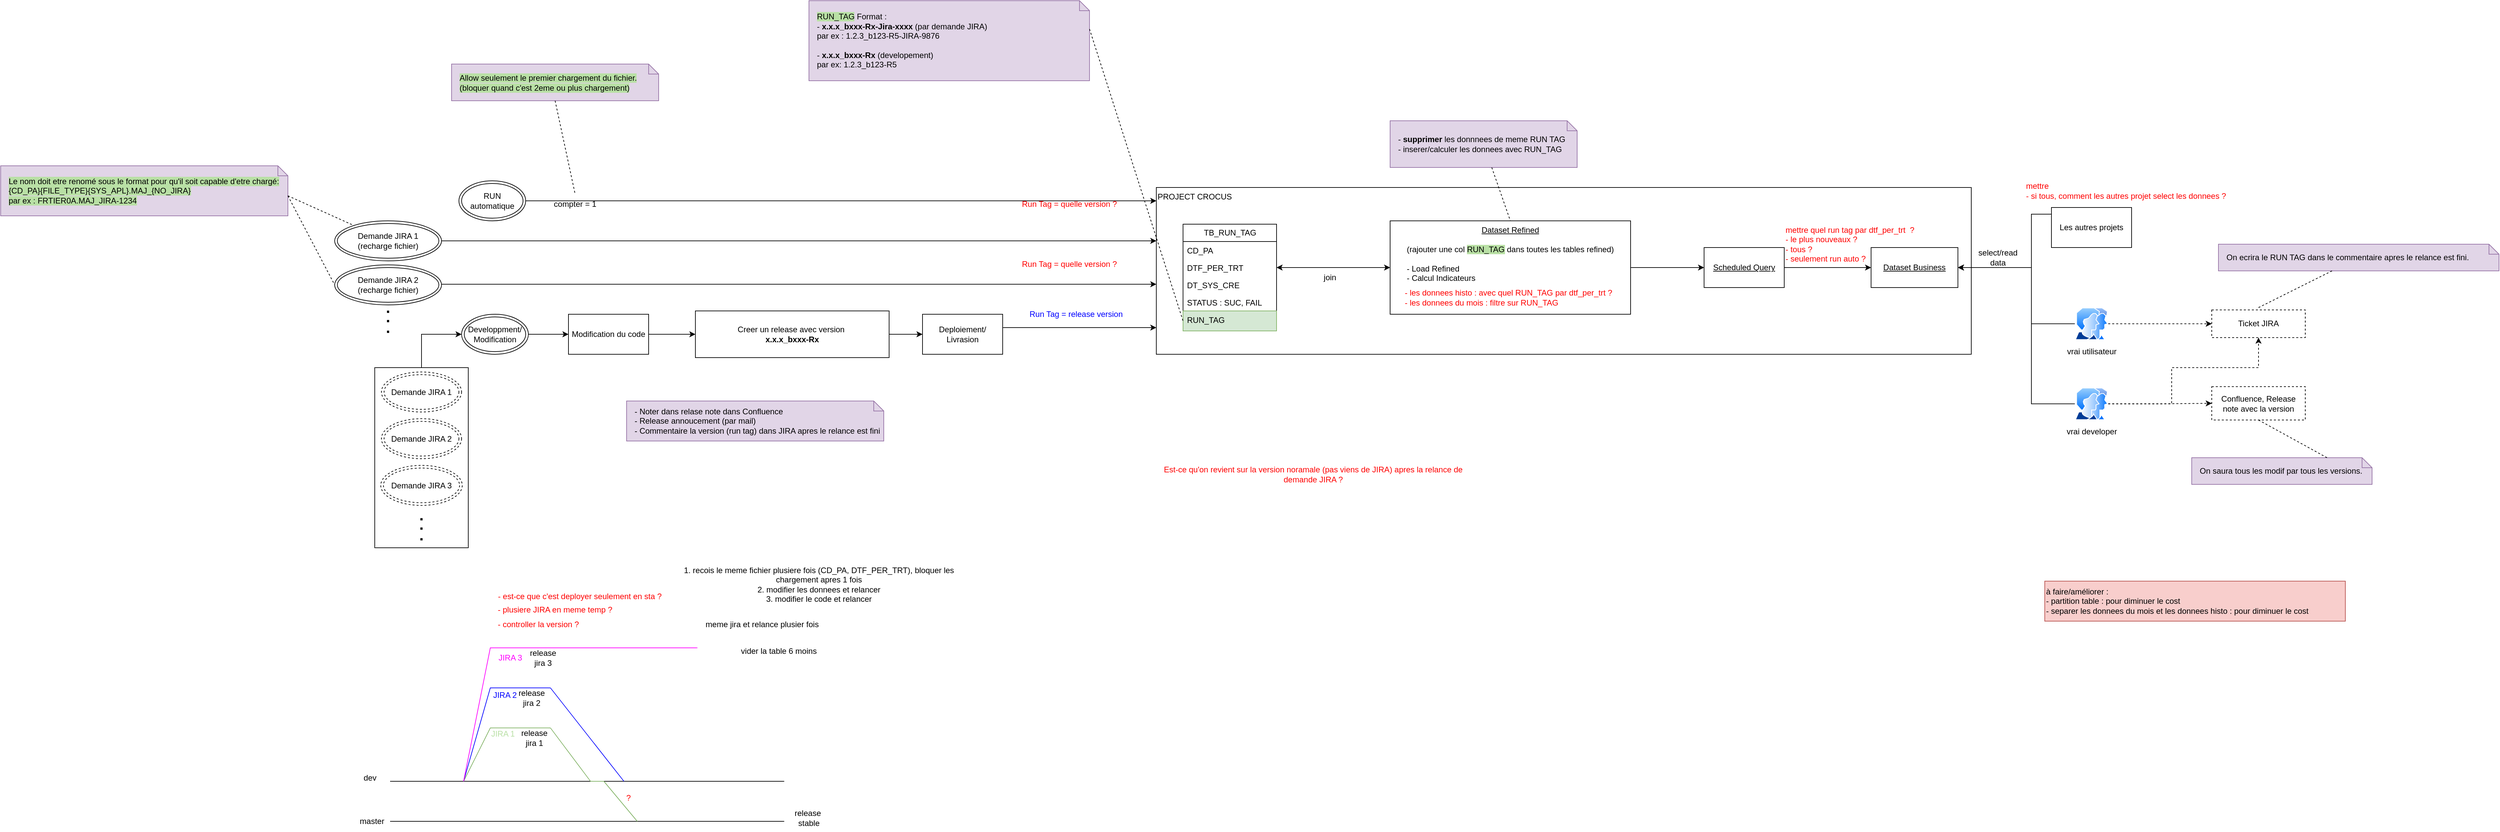
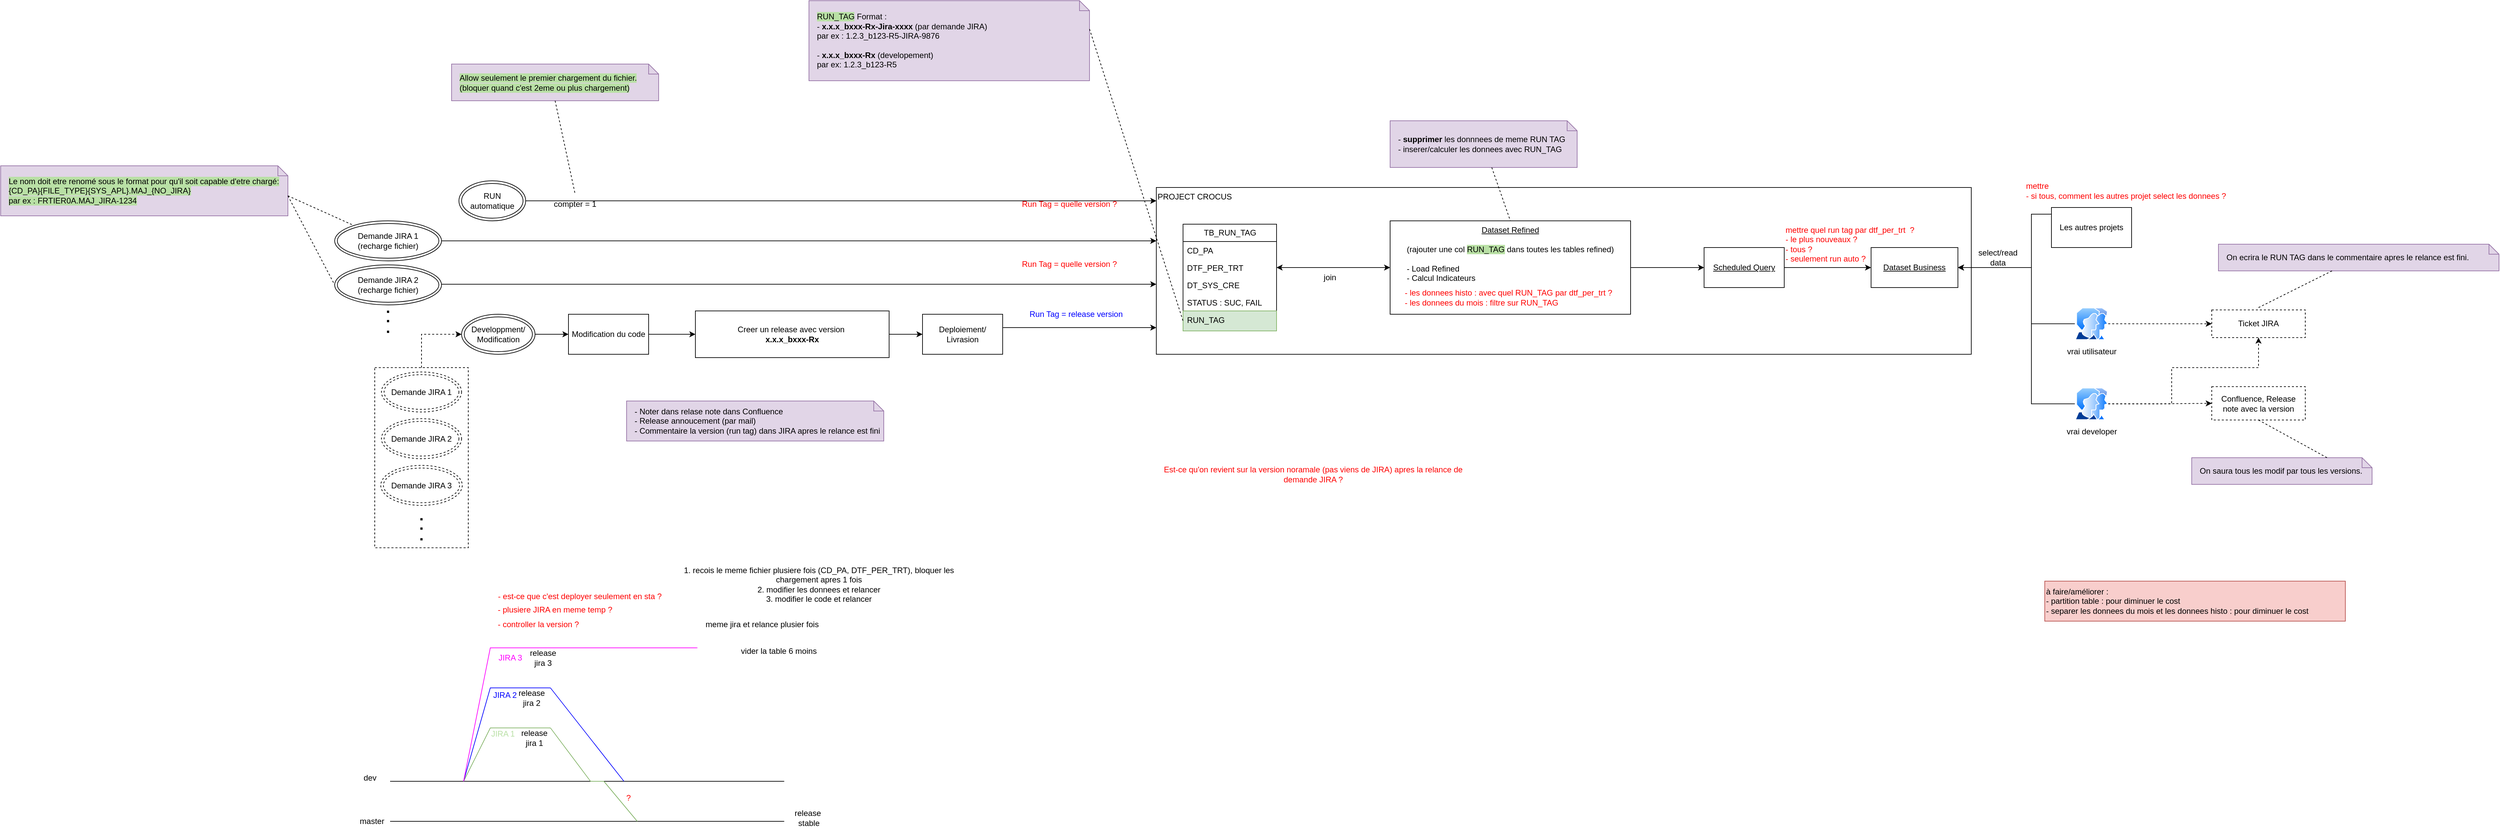
<mxfile host="app.diagrams.net">
  <diagram name="Page-1" id="bEAYSmEDHXBXhFzCy1HB">
    <mxGraphModel dx="3308" dy="2087" grid="1" gridSize="10" guides="1" tooltips="1" connect="1" arrows="1" fold="1" page="1" pageScale="1" pageWidth="827" pageHeight="1169" math="0" shadow="0">
      <root>
        <mxCell id="0" />
        <mxCell id="1" parent="0" />
-         <mxCell id="cKu8MT6L8Fp_BZaxLZj7-22" edge="1" parent="1" source="cKu8MT6L8Fp_BZaxLZj7-16" style="edgeStyle=orthogonalEdgeStyle;rounded=0;orthogonalLoop=1;jettySize=auto;html=1;entryX=0;entryY=0.5;entryDx=0;entryDy=0;" target="QUzsFoNl6aFI_2ed8XXq-33">
-           <mxGeometry relative="1" as="geometry" />
-         </mxCell>
-         <mxCell id="cKu8MT6L8Fp_BZaxLZj7-16" parent="1" style="rounded=0;whiteSpace=wrap;html=1;" value="" vertex="1">
+         <mxCell id="cKu8MT6L8Fp_BZaxLZj7-22" edge="1" parent="1" source="cKu8MT6L8Fp_BZaxLZj7-16" style="edgeStyle=orthogonalEdgeStyle;rounded=0;orthogonalLoop=1;jettySize=auto;html=1;entryX=0;entryY=0.5;entryDx=0;entryDy=0;dashed=1;" target="QUzsFoNl6aFI_2ed8XXq-33">
+           <mxGeometry relative="1" as="geometry" />
+         </mxCell>
+         <mxCell id="cKu8MT6L8Fp_BZaxLZj7-16" parent="1" style="rounded=0;whiteSpace=wrap;html=1;dashed=1;" value="" vertex="1">
          <mxGeometry height="270" width="140" x="-790" y="410" as="geometry" />
        </mxCell>
        <mxCell id="QUzsFoNl6aFI_2ed8XXq-13" parent="1" style="rounded=0;whiteSpace=wrap;html=1;align=left;verticalAlign=top;" value="PROJECT CROCUS" vertex="1">
          <mxGeometry height="250" width="1220" x="380" y="140" as="geometry" />
        </mxCell>
        <mxCell id="QUzsFoNl6aFI_2ed8XXq-1" parent="1" style="swimlane;fontStyle=0;childLayout=stackLayout;horizontal=1;startSize=26;fillColor=none;horizontalStack=0;resizeParent=1;resizeParentMax=0;resizeLast=0;collapsible=1;marginBottom=0;html=1;" value="TB_RUN_TAG" vertex="1">
          <mxGeometry height="160" width="140" x="420" y="195" as="geometry" />
        </mxCell>
        <mxCell id="QUzsFoNl6aFI_2ed8XXq-2" parent="QUzsFoNl6aFI_2ed8XXq-1" style="text;strokeColor=none;fillColor=none;align=left;verticalAlign=top;spacingLeft=4;spacingRight=4;overflow=hidden;rotatable=0;points=[[0,0.5],[1,0.5]];portConstraint=eastwest;whiteSpace=wrap;html=1;" value="CD_PA" vertex="1">
          <mxGeometry height="26" width="140" y="26" as="geometry" />
        </mxCell>
        <mxCell id="QUzsFoNl6aFI_2ed8XXq-3" parent="QUzsFoNl6aFI_2ed8XXq-1" style="text;strokeColor=none;fillColor=none;align=left;verticalAlign=top;spacingLeft=4;spacingRight=4;overflow=hidden;rotatable=0;points=[[0,0.5],[1,0.5]];portConstraint=eastwest;whiteSpace=wrap;html=1;" value="DTF_PER_TRT" vertex="1">
          <mxGeometry height="26" width="140" y="52" as="geometry" />
        </mxCell>
        <mxCell id="QUzsFoNl6aFI_2ed8XXq-4" parent="QUzsFoNl6aFI_2ed8XXq-1" style="text;strokeColor=none;fillColor=none;align=left;verticalAlign=top;spacingLeft=4;spacingRight=4;overflow=hidden;rotatable=0;points=[[0,0.5],[1,0.5]];portConstraint=eastwest;whiteSpace=wrap;html=1;" value="DT_SYS_CRE" vertex="1">
          <mxGeometry height="26" width="140" y="78" as="geometry" />
        </mxCell>
        <mxCell id="QUzsFoNl6aFI_2ed8XXq-105" parent="QUzsFoNl6aFI_2ed8XXq-1" style="text;strokeColor=none;fillColor=none;align=left;verticalAlign=top;spacingLeft=4;spacingRight=4;overflow=hidden;rotatable=0;points=[[0,0.5],[1,0.5]];portConstraint=eastwest;whiteSpace=wrap;html=1;" value="STATUS : SUC, FAIL" vertex="1">
          <mxGeometry height="26" width="140" y="104" as="geometry" />
        </mxCell>
        <mxCell id="QUzsFoNl6aFI_2ed8XXq-5" parent="QUzsFoNl6aFI_2ed8XXq-1" style="text;strokeColor=#82b366;fillColor=#d5e8d4;align=left;verticalAlign=top;spacingLeft=4;spacingRight=4;overflow=hidden;rotatable=0;points=[[0,0.5],[1,0.5]];portConstraint=eastwest;whiteSpace=wrap;html=1;" value="RUN_TAG" vertex="1">
          <mxGeometry height="30" width="140" y="130" as="geometry" />
        </mxCell>
        <mxCell id="QUzsFoNl6aFI_2ed8XXq-7" parent="1" style="shape=note;size=15;align=left;spacingLeft=10;html=1;whiteSpace=wrap;fillColor=#e1d5e7;strokeColor=#9673a6;" value="&lt;span style=&quot;background-color: rgb(185, 224, 165);&quot;&gt;RUN_TAG&lt;/span&gt; Format :&amp;nbsp;&lt;div&gt;- &lt;b&gt;x.x.x_bxxx-Rx-Jira-xxxx&lt;/b&gt; (par demande JIRA)&amp;nbsp;&lt;/div&gt;&lt;div&gt;par ex : 1.2.3_b123-R5-JIRA-9876&lt;/div&gt;&lt;div&gt;&lt;br&gt;&lt;/div&gt;&lt;div&gt;-&lt;b&gt; x.x.x_bxxx-Rx&lt;/b&gt; (developement)&lt;/div&gt;&lt;div&gt;&lt;span style=&quot;background-color: transparent; color: light-dark(rgb(0, 0, 0), rgb(255, 255, 255));&quot;&gt;par ex: 1.2.3_b123-R5&lt;/span&gt;&lt;/div&gt;" vertex="1">
          <mxGeometry height="120" width="420" x="-140" y="-140" as="geometry" />
        </mxCell>
        <mxCell id="QUzsFoNl6aFI_2ed8XXq-8" edge="1" parent="1" source="QUzsFoNl6aFI_2ed8XXq-7" style="edgeStyle=none;endArrow=none;exitX=0;exitY=0;dashed=1;html=1;rounded=0;entryX=0;entryY=0.5;entryDx=0;entryDy=0;exitDx=420;exitDy=42.5;exitPerimeter=0;" target="QUzsFoNl6aFI_2ed8XXq-5" value="">
          <mxGeometry relative="1" x="1" as="geometry">
            <mxPoint x="590" y="660" as="targetPoint" />
          </mxGeometry>
        </mxCell>
        <mxCell id="QUzsFoNl6aFI_2ed8XXq-10" parent="1" style="rounded=0;whiteSpace=wrap;html=1;dashed=1;" value="Confluence, Release note avec la v&lt;span style=&quot;background-color: transparent; color: light-dark(rgb(0, 0, 0), rgb(255, 255, 255));&quot;&gt;ersion&lt;/span&gt;" vertex="1">
          <mxGeometry height="50" width="140" x="1960" y="438.5" as="geometry" />
        </mxCell>
        <mxCell id="QUzsFoNl6aFI_2ed8XXq-11" parent="1" style="rounded=0;whiteSpace=wrap;html=1;dashed=1;" value="Ticket JIRA" vertex="1">
          <mxGeometry height="41.5" width="140" x="1960" y="323.5" as="geometry" />
        </mxCell>
        <mxCell id="QUzsFoNl6aFI_2ed8XXq-42" edge="1" parent="1" source="QUzsFoNl6aFI_2ed8XXq-12" style="edgeStyle=orthogonalEdgeStyle;rounded=0;orthogonalLoop=1;jettySize=auto;html=1;entryX=1;entryY=0.5;entryDx=0;entryDy=0;startArrow=classic;startFill=1;" target="QUzsFoNl6aFI_2ed8XXq-3">
          <mxGeometry relative="1" as="geometry" />
        </mxCell>
        <mxCell id="QUzsFoNl6aFI_2ed8XXq-50" edge="1" parent="1" source="QUzsFoNl6aFI_2ed8XXq-12" style="edgeStyle=orthogonalEdgeStyle;rounded=0;orthogonalLoop=1;jettySize=auto;html=1;" target="QUzsFoNl6aFI_2ed8XXq-46">
          <mxGeometry relative="1" as="geometry">
            <Array as="points" />
          </mxGeometry>
        </mxCell>
        <mxCell id="QUzsFoNl6aFI_2ed8XXq-12" parent="1" style="rounded=0;whiteSpace=wrap;html=1;verticalAlign=top;" value="&lt;u&gt;Dataset Refined&lt;/u&gt;&lt;div&gt;&lt;u&gt;&lt;br&gt;&lt;/u&gt;&lt;div&gt;(rajouter une col &lt;span style=&quot;background-color: rgb(185, 224, 165);&quot;&gt;RUN_TAG&lt;/span&gt;&lt;span&gt; &lt;/span&gt;dans toutes les tables refined)&lt;/div&gt;&lt;div&gt;&lt;br&gt;&lt;/div&gt;&lt;div style=&quot;text-align: left;&quot;&gt;- Load Refined&amp;nbsp; &amp;nbsp; &amp;nbsp; &amp;nbsp;&lt;/div&gt;&lt;div style=&quot;text-align: left;&quot;&gt;- Calcul Indicateurs&lt;/div&gt;&lt;/div&gt;" vertex="1">
          <mxGeometry height="140" width="360" x="730" y="190" as="geometry" />
        </mxCell>
        <mxCell id="QUzsFoNl6aFI_2ed8XXq-27" edge="1" parent="1" source="QUzsFoNl6aFI_2ed8XXq-33" style="edgeStyle=orthogonalEdgeStyle;rounded=0;orthogonalLoop=1;jettySize=auto;html=1;entryX=0;entryY=0.5;entryDx=0;entryDy=0;" target="QUzsFoNl6aFI_2ed8XXq-23">
          <mxGeometry relative="1" as="geometry">
            <mxPoint x="-740" y="175" as="sourcePoint" />
          </mxGeometry>
        </mxCell>
        <mxCell id="QUzsFoNl6aFI_2ed8XXq-19" parent="1" style="text;html=1;whiteSpace=wrap;strokeColor=none;fillColor=none;align=center;verticalAlign=middle;rounded=0;fontColor=#0000FF;" value="&lt;font style=&quot;color: rgb(255, 0, 0);&quot;&gt;Run Tag = quelle version ?&lt;/font&gt;" vertex="1">
          <mxGeometry height="30" width="200" x="150" y="240" as="geometry" />
        </mxCell>
        <mxCell id="QUzsFoNl6aFI_2ed8XXq-28" edge="1" parent="1" source="QUzsFoNl6aFI_2ed8XXq-23" style="edgeStyle=orthogonalEdgeStyle;rounded=0;orthogonalLoop=1;jettySize=auto;html=1;" target="QUzsFoNl6aFI_2ed8XXq-25">
          <mxGeometry relative="1" as="geometry" />
        </mxCell>
        <mxCell id="QUzsFoNl6aFI_2ed8XXq-23" parent="1" style="rounded=0;whiteSpace=wrap;html=1;" value="Modification du code" vertex="1">
          <mxGeometry height="60" width="120" x="-500" y="330" as="geometry" />
        </mxCell>
        <mxCell id="QUzsFoNl6aFI_2ed8XXq-31" edge="1" parent="1" source="QUzsFoNl6aFI_2ed8XXq-24" style="edgeStyle=orthogonalEdgeStyle;rounded=0;orthogonalLoop=1;jettySize=auto;html=1;" target="QUzsFoNl6aFI_2ed8XXq-13">
          <mxGeometry relative="1" as="geometry">
            <Array as="points">
              <mxPoint x="230" y="350" />
              <mxPoint x="230" y="350" />
            </Array>
          </mxGeometry>
        </mxCell>
        <mxCell id="QUzsFoNl6aFI_2ed8XXq-24" parent="1" style="rounded=0;whiteSpace=wrap;html=1;" value="Deploiement/ Livrasion" vertex="1">
          <mxGeometry height="60" width="120" x="30" y="330" as="geometry" />
        </mxCell>
        <mxCell id="QUzsFoNl6aFI_2ed8XXq-30" edge="1" parent="1" source="QUzsFoNl6aFI_2ed8XXq-25" style="edgeStyle=orthogonalEdgeStyle;rounded=0;orthogonalLoop=1;jettySize=auto;html=1;entryX=0;entryY=0.5;entryDx=0;entryDy=0;" target="QUzsFoNl6aFI_2ed8XXq-24">
          <mxGeometry relative="1" as="geometry" />
        </mxCell>
        <mxCell id="QUzsFoNl6aFI_2ed8XXq-25" parent="1" style="rounded=0;whiteSpace=wrap;html=1;" value="Creer un release avec version&amp;nbsp;&lt;div&gt;&lt;span style=&quot;text-align: left;&quot;&gt;&lt;b&gt;x.x.x_bxxx-Rx&lt;/b&gt;&lt;/span&gt;&lt;/div&gt;" vertex="1">
          <mxGeometry height="70" width="290" x="-310" y="325" as="geometry" />
        </mxCell>
        <mxCell id="QUzsFoNl6aFI_2ed8XXq-33" parent="1" style="ellipse;shape=doubleEllipse;whiteSpace=wrap;html=1;" value="Developpment/&lt;div&gt;Modification&lt;/div&gt;" vertex="1">
-           <mxGeometry height="60" width="100" x="-660" y="330" as="geometry" />
+           <mxGeometry height="60" width="110" x="-660" y="330" as="geometry" />
        </mxCell>
        <mxCell id="cKu8MT6L8Fp_BZaxLZj7-5" edge="1" parent="1" style="edgeStyle=orthogonalEdgeStyle;rounded=0;orthogonalLoop=1;jettySize=auto;html=1;">
          <mxGeometry relative="1" as="geometry">
            <Array as="points">
              <mxPoint x="-470" y="285" />
              <mxPoint x="-470" y="285" />
            </Array>
            <mxPoint x="-690.0000000000005" y="285" as="sourcePoint" />
            <mxPoint x="380" y="285" as="targetPoint" />
          </mxGeometry>
        </mxCell>
        <mxCell id="QUzsFoNl6aFI_2ed8XXq-34" parent="1" style="ellipse;shape=doubleEllipse;whiteSpace=wrap;html=1;" value="Demande JIRA 2&lt;div&gt;(recharge fichier)&lt;/div&gt;" vertex="1">
          <mxGeometry height="60" width="160" x="-850" y="256" as="geometry" />
        </mxCell>
        <mxCell id="QUzsFoNl6aFI_2ed8XXq-36" edge="1" parent="1" source="QUzsFoNl6aFI_2ed8XXq-35" style="edgeStyle=orthogonalEdgeStyle;rounded=0;orthogonalLoop=1;jettySize=auto;html=1;">
          <mxGeometry relative="1" as="geometry">
            <Array as="points">
              <mxPoint x="110" y="160" />
              <mxPoint x="110" y="160" />
            </Array>
            <mxPoint x="380" y="160.0588235294117" as="targetPoint" />
          </mxGeometry>
        </mxCell>
        <mxCell id="QUzsFoNl6aFI_2ed8XXq-35" parent="1" style="ellipse;shape=doubleEllipse;whiteSpace=wrap;html=1;" value="RUN automatique" vertex="1">
          <mxGeometry height="60" width="100" x="-664" y="130" as="geometry" />
        </mxCell>
        <mxCell id="QUzsFoNl6aFI_2ed8XXq-37" parent="1" style="text;html=1;whiteSpace=wrap;strokeColor=none;fillColor=none;align=center;verticalAlign=middle;rounded=0;fontColor=#0000FF;" value="Run Tag = release version" vertex="1">
          <mxGeometry height="30" width="200" x="160" y="315" as="geometry" />
        </mxCell>
        <mxCell id="QUzsFoNl6aFI_2ed8XXq-38" parent="1" style="shape=note;size=15;align=left;spacingLeft=10;html=1;whiteSpace=wrap;fillColor=#e1d5e7;strokeColor=#9673a6;" value="- Noter dans relase note dans Confluence&lt;div&gt;- Release annoucement (par mail)&lt;/div&gt;&lt;div&gt;- Commentaire la version (run tag) dans JIRA apres le relance est fini&lt;/div&gt;" vertex="1">
          <mxGeometry height="60" width="385" x="-413" y="460" as="geometry" />
        </mxCell>
        <mxCell id="QUzsFoNl6aFI_2ed8XXq-40" parent="1" style="shape=note;size=15;align=left;spacingLeft=10;html=1;whiteSpace=wrap;fillColor=#e1d5e7;strokeColor=#9673a6;" value="- &lt;b&gt;supprimer &lt;/b&gt;les donnnees de meme RUN TAG&lt;div&gt;- inserer/calculer les donnees avec RUN_TAG&lt;/div&gt;" vertex="1">
          <mxGeometry height="70" width="280" x="730" y="40" as="geometry" />
        </mxCell>
        <mxCell id="QUzsFoNl6aFI_2ed8XXq-41" edge="1" parent="1" source="QUzsFoNl6aFI_2ed8XXq-40" style="edgeStyle=none;endArrow=none;dashed=1;html=1;rounded=0;entryX=0.5;entryY=0;entryDx=0;entryDy=0;" target="QUzsFoNl6aFI_2ed8XXq-12" value="">
          <mxGeometry relative="1" x="1" as="geometry">
            <mxPoint x="720" y="650" as="sourcePoint" />
            <mxPoint x="772" y="500" as="targetPoint" />
          </mxGeometry>
        </mxCell>
        <mxCell id="QUzsFoNl6aFI_2ed8XXq-43" parent="1" style="text;html=1;whiteSpace=wrap;strokeColor=none;fillColor=none;align=left;verticalAlign=middle;rounded=0;" value="&lt;font style=&quot;color: rgb(255, 0, 0);&quot;&gt;- les donnees histo : avec quel RUN_TAG par dtf_per_trt ?&lt;/font&gt;&lt;div&gt;&lt;font style=&quot;color: rgb(255, 0, 0);&quot;&gt;- les donnees du mois : f&lt;/font&gt;&lt;span style=&quot;color: light-dark(rgb(255, 0, 0), rgb(255, 144, 144)); background-color: transparent;&quot;&gt;iltre sur RUN_TAG&lt;/span&gt;&lt;/div&gt;" vertex="1">
          <mxGeometry height="30" width="330" x="750" y="290" as="geometry" />
        </mxCell>
        <mxCell id="QUzsFoNl6aFI_2ed8XXq-45" parent="1" style="rounded=0;whiteSpace=wrap;html=1;" value="&lt;u&gt;Dataset Business&lt;/u&gt;" vertex="1">
          <mxGeometry height="60" width="130" x="1450" y="230" as="geometry" />
        </mxCell>
        <mxCell id="QUzsFoNl6aFI_2ed8XXq-48" edge="1" parent="1" source="QUzsFoNl6aFI_2ed8XXq-46" style="edgeStyle=orthogonalEdgeStyle;rounded=0;orthogonalLoop=1;jettySize=auto;html=1;" target="QUzsFoNl6aFI_2ed8XXq-45">
          <mxGeometry relative="1" as="geometry" />
        </mxCell>
        <mxCell id="QUzsFoNl6aFI_2ed8XXq-46" parent="1" style="rounded=0;whiteSpace=wrap;html=1;" value="&lt;u&gt;Scheduled Query&lt;/u&gt;" vertex="1">
          <mxGeometry height="60" width="120" x="1200" y="230" as="geometry" />
        </mxCell>
        <mxCell id="QUzsFoNl6aFI_2ed8XXq-51" parent="1" style="text;html=1;whiteSpace=wrap;strokeColor=none;fillColor=none;align=left;verticalAlign=middle;rounded=0;fontColor=#FF0000;" value="mettre quel run tag par dtf_per_trt&amp;nbsp;&amp;nbsp;?&amp;nbsp;&lt;div&gt;- le plus nouveaux ?&lt;/div&gt;&lt;div&gt;- tous ?&lt;/div&gt;&lt;div&gt;- seulement run auto ?&lt;/div&gt;" vertex="1">
          <mxGeometry height="30" width="370" x="1320" y="210" as="geometry" />
        </mxCell>
        <mxCell id="QUzsFoNl6aFI_2ed8XXq-59" edge="1" parent="1" source="QUzsFoNl6aFI_2ed8XXq-52" style="edgeStyle=orthogonalEdgeStyle;rounded=0;orthogonalLoop=1;jettySize=auto;html=1;entryX=1;entryY=0.5;entryDx=0;entryDy=0;" target="QUzsFoNl6aFI_2ed8XXq-45">
          <mxGeometry relative="1" as="geometry">
            <Array as="points">
              <mxPoint x="1690" y="180" />
              <mxPoint x="1690" y="260" />
            </Array>
          </mxGeometry>
        </mxCell>
        <mxCell id="QUzsFoNl6aFI_2ed8XXq-52" parent="1" style="rounded=0;whiteSpace=wrap;html=1;" value="Les autres projets" vertex="1">
          <mxGeometry height="60" width="120" x="1720" y="170" as="geometry" />
        </mxCell>
        <mxCell id="QUzsFoNl6aFI_2ed8XXq-58" edge="1" parent="1" source="QUzsFoNl6aFI_2ed8XXq-57" style="edgeStyle=orthogonalEdgeStyle;rounded=0;orthogonalLoop=1;jettySize=auto;html=1;entryX=1;entryY=0.5;entryDx=0;entryDy=0;" target="QUzsFoNl6aFI_2ed8XXq-45">
          <mxGeometry relative="1" as="geometry">
            <Array as="points">
              <mxPoint x="1690" y="344" />
              <mxPoint x="1690" y="260" />
            </Array>
          </mxGeometry>
        </mxCell>
        <mxCell id="QUzsFoNl6aFI_2ed8XXq-65" edge="1" parent="1" source="QUzsFoNl6aFI_2ed8XXq-57" style="edgeStyle=orthogonalEdgeStyle;rounded=0;orthogonalLoop=1;jettySize=auto;html=1;dashed=1;" target="QUzsFoNl6aFI_2ed8XXq-11">
          <mxGeometry relative="1" as="geometry" />
        </mxCell>
        <mxCell id="QUzsFoNl6aFI_2ed8XXq-57" parent="1" style="image;aspect=fixed;perimeter=ellipsePerimeter;html=1;align=center;shadow=0;dashed=0;spacingTop=3;image=img/lib/active_directory/user_accounts.svg;" value="vrai utilisateur" vertex="1">
          <mxGeometry height="48.5" width="50" x="1755" y="320" as="geometry" />
        </mxCell>
        <mxCell id="QUzsFoNl6aFI_2ed8XXq-60" parent="1" style="text;html=1;whiteSpace=wrap;strokeColor=none;fillColor=none;align=center;verticalAlign=middle;rounded=0;" value="select/read data" vertex="1">
          <mxGeometry height="30" width="60" x="1610" y="230" as="geometry" />
        </mxCell>
        <mxCell id="QUzsFoNl6aFI_2ed8XXq-63" edge="1" parent="1" source="QUzsFoNl6aFI_2ed8XXq-62" style="edgeStyle=orthogonalEdgeStyle;rounded=0;orthogonalLoop=1;jettySize=auto;html=1;entryX=1;entryY=0.5;entryDx=0;entryDy=0;" target="QUzsFoNl6aFI_2ed8XXq-45">
          <mxGeometry relative="1" as="geometry">
            <Array as="points">
              <mxPoint x="1690" y="464" />
              <mxPoint x="1690" y="260" />
            </Array>
          </mxGeometry>
        </mxCell>
        <mxCell id="QUzsFoNl6aFI_2ed8XXq-66" edge="1" parent="1" source="QUzsFoNl6aFI_2ed8XXq-62" style="edgeStyle=orthogonalEdgeStyle;rounded=0;orthogonalLoop=1;jettySize=auto;html=1;dashed=1;" target="QUzsFoNl6aFI_2ed8XXq-10">
          <mxGeometry relative="1" as="geometry" />
        </mxCell>
        <mxCell id="QUzsFoNl6aFI_2ed8XXq-68" edge="1" parent="1" source="QUzsFoNl6aFI_2ed8XXq-62" style="edgeStyle=orthogonalEdgeStyle;rounded=0;orthogonalLoop=1;jettySize=auto;html=1;entryX=0.5;entryY=1;entryDx=0;entryDy=0;dashed=1;" target="QUzsFoNl6aFI_2ed8XXq-11">
          <mxGeometry relative="1" as="geometry">
            <Array as="points">
              <mxPoint x="1900" y="464" />
              <mxPoint x="1900" y="410" />
              <mxPoint x="2030" y="410" />
            </Array>
          </mxGeometry>
        </mxCell>
        <mxCell id="QUzsFoNl6aFI_2ed8XXq-62" parent="1" style="image;aspect=fixed;perimeter=ellipsePerimeter;html=1;align=center;shadow=0;dashed=0;spacingTop=3;image=img/lib/active_directory/user_accounts.svg;" value="vrai developer" vertex="1">
          <mxGeometry height="48.5" width="50" x="1755" y="440" as="geometry" />
        </mxCell>
        <mxCell id="QUzsFoNl6aFI_2ed8XXq-69" parent="1" style="shape=note;size=15;align=left;spacingLeft=10;html=1;whiteSpace=wrap;fillColor=#e1d5e7;strokeColor=#9673a6;" value="On ecrira le RUN TAG dans le commentaire apres le relance est fini." vertex="1">
          <mxGeometry height="40" width="420" x="1970" y="225" as="geometry" />
        </mxCell>
        <mxCell id="QUzsFoNl6aFI_2ed8XXq-70" edge="1" parent="1" source="QUzsFoNl6aFI_2ed8XXq-69" style="edgeStyle=none;endArrow=none;dashed=1;html=1;rounded=0;" value="">
          <mxGeometry relative="1" x="1" as="geometry">
            <mxPoint x="970" y="210" as="sourcePoint" />
            <mxPoint x="2030" y="320" as="targetPoint" />
          </mxGeometry>
        </mxCell>
        <mxCell id="QUzsFoNl6aFI_2ed8XXq-71" parent="1" style="shape=note;size=15;align=left;spacingLeft=10;html=1;whiteSpace=wrap;fillColor=#e1d5e7;strokeColor=#9673a6;" value="On saura tous les modif par tous les versions." vertex="1">
          <mxGeometry height="40" width="270" x="1930" y="545" as="geometry" />
        </mxCell>
        <mxCell id="QUzsFoNl6aFI_2ed8XXq-72" edge="1" parent="1" source="QUzsFoNl6aFI_2ed8XXq-71" style="edgeStyle=none;endArrow=none;dashed=1;html=1;rounded=0;entryX=0.5;entryY=1;entryDx=0;entryDy=0;exitX=0;exitY=0;exitDx=202.5;exitDy=0;exitPerimeter=0;" target="QUzsFoNl6aFI_2ed8XXq-10" value="">
          <mxGeometry relative="1" x="1" as="geometry">
            <mxPoint x="2180" y="470" as="sourcePoint" />
            <mxPoint x="2070" y="525" as="targetPoint" />
          </mxGeometry>
        </mxCell>
        <mxCell id="QUzsFoNl6aFI_2ed8XXq-73" parent="1" style="text;html=1;whiteSpace=wrap;strokeColor=none;fillColor=none;align=left;verticalAlign=middle;rounded=0;fontColor=#FF0000;" value="mettre&amp;nbsp;&lt;div&gt;&lt;span style=&quot;background-color: transparent; color: light-dark(rgb(255, 0, 0), rgb(255, 144, 144));&quot;&gt;- si tous, comment les autres projet select les donnees ?&lt;/span&gt;&lt;/div&gt;" vertex="1">
          <mxGeometry height="30" width="370" x="1680" y="130" as="geometry" />
        </mxCell>
        <mxCell id="QUzsFoNl6aFI_2ed8XXq-74" parent="1" style="rounded=0;whiteSpace=wrap;html=1;align=left;fillColor=#f8cecc;strokeColor=#b85450;" value="à faire/améliorer :&lt;div&gt;- partition table : pour diminuer le cost&lt;/div&gt;&lt;div&gt;- separer les donnees du mois et les donnees histo&amp;nbsp;&lt;span style=&quot;background-color: transparent; color: light-dark(rgb(0, 0, 0), rgb(255, 255, 255));&quot;&gt;: pour diminuer le cost&lt;/span&gt;&lt;/div&gt;" vertex="1">
          <mxGeometry height="60" width="450" x="1710" y="730" as="geometry" />
        </mxCell>
        <mxCell id="QUzsFoNl6aFI_2ed8XXq-76" parent="1" style="text;html=1;whiteSpace=wrap;strokeColor=none;fillColor=none;align=center;verticalAlign=middle;rounded=0;" value="join" vertex="1">
          <mxGeometry height="30" width="60" x="610" y="260" as="geometry" />
        </mxCell>
        <mxCell id="QUzsFoNl6aFI_2ed8XXq-77" parent="1" style="text;html=1;whiteSpace=wrap;strokeColor=none;fillColor=none;align=center;verticalAlign=middle;rounded=0;fontColor=#FF0000;" value="Est-ce qu&#39;on revient sur la version noramale (pas viens de JIRA) apres la relance de demande JIRA ?" vertex="1">
          <mxGeometry height="30" width="470" x="380" y="555" as="geometry" />
        </mxCell>
        <mxCell id="QUzsFoNl6aFI_2ed8XXq-78" parent="1" style="text;html=1;whiteSpace=wrap;strokeColor=none;fillColor=none;align=center;verticalAlign=middle;rounded=0;fontColor=#FF0000;" value="- est-ce que c&#39;est deployer seulement en sta ?" vertex="1">
          <mxGeometry height="30" width="290" x="-628" y="738" as="geometry" />
        </mxCell>
        <mxCell id="QUzsFoNl6aFI_2ed8XXq-79" parent="1" style="text;html=1;whiteSpace=wrap;strokeColor=none;fillColor=none;align=center;verticalAlign=middle;rounded=0;fontColor=#FF0000;" value="- plusiere JIRA en meme temp ?" vertex="1">
          <mxGeometry height="30" width="290" x="-665" y="758" as="geometry" />
        </mxCell>
        <mxCell id="QUzsFoNl6aFI_2ed8XXq-80" parent="1" style="text;html=1;whiteSpace=wrap;strokeColor=none;fillColor=none;align=center;verticalAlign=middle;rounded=0;fontColor=#FF0000;" value="- controller la version ?" vertex="1">
          <mxGeometry height="30" width="290" x="-690" y="780" as="geometry" />
        </mxCell>
        <mxCell id="QUzsFoNl6aFI_2ed8XXq-81" edge="1" parent="1" style="endArrow=none;html=1;rounded=0;" value="">
          <mxGeometry height="50" relative="1" width="50" as="geometry">
            <mxPoint x="-767" y="1030" as="sourcePoint" />
            <mxPoint x="-177" y="1030" as="targetPoint" />
          </mxGeometry>
        </mxCell>
        <mxCell id="QUzsFoNl6aFI_2ed8XXq-83" edge="1" parent="1" style="endArrow=none;html=1;rounded=0;fillColor=#d5e8d4;strokeColor=#82b366;" value="">
          <mxGeometry height="50" relative="1" width="50" as="geometry">
            <Array as="points">
              <mxPoint x="-617" y="950" />
            </Array>
            <mxPoint x="-657" y="1030" as="sourcePoint" />
            <mxPoint x="-527" y="950" as="targetPoint" />
          </mxGeometry>
        </mxCell>
        <mxCell id="QUzsFoNl6aFI_2ed8XXq-84" parent="1" style="text;html=1;whiteSpace=wrap;strokeColor=none;fillColor=none;align=center;verticalAlign=middle;rounded=0;" value="dev" vertex="1">
          <mxGeometry height="30" width="60" x="-827" y="1010" as="geometry" />
        </mxCell>
        <mxCell id="QUzsFoNl6aFI_2ed8XXq-85" edge="1" parent="1" style="endArrow=none;html=1;rounded=0;strokeColor=#0000FF;" value="">
          <mxGeometry height="50" relative="1" width="50" as="geometry">
            <Array as="points">
              <mxPoint x="-617" y="890" />
            </Array>
            <mxPoint x="-657" y="1030" as="sourcePoint" />
            <mxPoint x="-527" y="890" as="targetPoint" />
          </mxGeometry>
        </mxCell>
        <mxCell id="QUzsFoNl6aFI_2ed8XXq-86" edge="1" parent="1" style="endArrow=none;html=1;rounded=0;strokeColor=#FF00FF;" value="">
          <mxGeometry height="50" relative="1" width="50" as="geometry">
            <Array as="points">
              <mxPoint x="-617" y="830" />
            </Array>
            <mxPoint x="-657" y="1030" as="sourcePoint" />
            <mxPoint x="-307" y="830" as="targetPoint" />
          </mxGeometry>
        </mxCell>
        <mxCell id="QUzsFoNl6aFI_2ed8XXq-87" parent="1" style="text;html=1;whiteSpace=wrap;strokeColor=none;fillColor=none;align=center;verticalAlign=middle;rounded=0;fontColor=#B9E0A5;" value="JIRA 1" vertex="1">
          <mxGeometry height="30" width="60" x="-628" y="944" as="geometry" />
        </mxCell>
        <mxCell id="QUzsFoNl6aFI_2ed8XXq-88" parent="1" style="text;html=1;whiteSpace=wrap;strokeColor=none;fillColor=none;align=center;verticalAlign=middle;rounded=0;fontColor=#0000FF;" value="JIRA 2" vertex="1">
          <mxGeometry height="30" width="60" x="-625" y="886" as="geometry" />
        </mxCell>
        <mxCell id="QUzsFoNl6aFI_2ed8XXq-89" parent="1" style="text;html=1;whiteSpace=wrap;strokeColor=none;fillColor=none;align=center;verticalAlign=middle;rounded=0;fontColor=#FF00FF;" value="JIRA 3" vertex="1">
          <mxGeometry height="30" width="60" x="-617" y="830" as="geometry" />
        </mxCell>
        <mxCell id="QUzsFoNl6aFI_2ed8XXq-90" edge="1" parent="1" style="endArrow=none;html=1;rounded=0;" value="">
          <mxGeometry height="50" relative="1" width="50" as="geometry">
            <mxPoint x="-767" y="1090" as="sourcePoint" />
            <mxPoint x="-177" y="1090" as="targetPoint" />
          </mxGeometry>
        </mxCell>
        <mxCell id="QUzsFoNl6aFI_2ed8XXq-91" parent="1" style="text;html=1;whiteSpace=wrap;strokeColor=none;fillColor=none;align=center;verticalAlign=middle;rounded=0;" value="master" vertex="1">
          <mxGeometry height="30" width="60" x="-824" y="1075" as="geometry" />
        </mxCell>
        <mxCell id="QUzsFoNl6aFI_2ed8XXq-92" edge="1" parent="1" style="endArrow=none;html=1;rounded=0;fillColor=#d5e8d4;strokeColor=#82b366;" value="">
          <mxGeometry height="50" relative="1" width="50" as="geometry">
            <mxPoint x="-527" y="950" as="sourcePoint" />
            <mxPoint x="-467" y="1030" as="targetPoint" />
          </mxGeometry>
        </mxCell>
        <mxCell id="QUzsFoNl6aFI_2ed8XXq-94" edge="1" parent="1" style="endArrow=none;html=1;rounded=0;strokeColor=#0000FF;" value="">
          <mxGeometry height="50" relative="1" width="50" as="geometry">
            <mxPoint x="-527" y="890" as="sourcePoint" />
            <mxPoint x="-417" y="1030" as="targetPoint" />
          </mxGeometry>
        </mxCell>
        <mxCell id="QUzsFoNl6aFI_2ed8XXq-95" edge="1" parent="1" style="endArrow=none;html=1;rounded=0;fillColor=#d5e8d4;strokeColor=#82b366;" value="">
          <mxGeometry height="50" relative="1" width="50" as="geometry">
            <mxPoint x="-447" y="1030" as="sourcePoint" />
            <mxPoint x="-397" y="1090" as="targetPoint" />
          </mxGeometry>
        </mxCell>
        <mxCell id="QUzsFoNl6aFI_2ed8XXq-96" edge="1" parent="1" style="endArrow=none;html=1;rounded=0;fillColor=#d5e8d4;strokeColor=#82b366;" value="">
          <mxGeometry height="50" relative="1" width="50" as="geometry">
            <mxPoint x="-467" y="1030" as="sourcePoint" />
            <mxPoint x="-447" y="1030" as="targetPoint" />
          </mxGeometry>
        </mxCell>
        <mxCell id="QUzsFoNl6aFI_2ed8XXq-98" parent="1" style="text;html=1;whiteSpace=wrap;strokeColor=none;fillColor=none;align=center;verticalAlign=middle;rounded=0;" value="release jira 2" vertex="1">
          <mxGeometry height="30" width="60" x="-585" y="890" as="geometry" />
        </mxCell>
        <mxCell id="QUzsFoNl6aFI_2ed8XXq-99" parent="1" style="text;html=1;whiteSpace=wrap;strokeColor=none;fillColor=none;align=center;verticalAlign=middle;rounded=0;" value="release jira 1" vertex="1">
          <mxGeometry height="30" width="60" x="-581" y="950" as="geometry" />
        </mxCell>
        <mxCell id="QUzsFoNl6aFI_2ed8XXq-100" parent="1" style="text;html=1;whiteSpace=wrap;strokeColor=none;fillColor=none;align=center;verticalAlign=middle;rounded=0;" value="release jira 3" vertex="1">
          <mxGeometry height="30" width="60" x="-568" y="830" as="geometry" />
        </mxCell>
        <mxCell id="QUzsFoNl6aFI_2ed8XXq-101" parent="1" style="text;html=1;whiteSpace=wrap;strokeColor=none;fillColor=none;align=center;verticalAlign=middle;rounded=0;" value="release&amp;nbsp; stable" vertex="1">
          <mxGeometry height="30" width="60" x="-170" y="1070" as="geometry" />
        </mxCell>
        <mxCell id="QUzsFoNl6aFI_2ed8XXq-103" parent="1" style="text;html=1;whiteSpace=wrap;strokeColor=none;fillColor=none;align=center;verticalAlign=middle;rounded=0;fontColor=#FF0000;" value="?" vertex="1">
          <mxGeometry height="30" width="60" x="-440" y="1040" as="geometry" />
        </mxCell>
        <mxCell id="QUzsFoNl6aFI_2ed8XXq-104" parent="1" style="text;html=1;whiteSpace=wrap;strokeColor=none;fillColor=none;align=center;verticalAlign=middle;rounded=0;" value="compter = 1" vertex="1">
          <mxGeometry height="30" width="100" x="-540" y="150" as="geometry" />
        </mxCell>
        <mxCell id="QUzsFoNl6aFI_2ed8XXq-106" parent="1" style="text;html=1;whiteSpace=wrap;strokeColor=none;fillColor=none;align=center;verticalAlign=middle;rounded=0;" value="1. recois le meme fichier plusiere fois (CD_PA, DTF_PER_TRT), bloquer les chargement apres 1 fois&lt;div&gt;2. modifier les donnees et relancer&lt;/div&gt;&lt;div&gt;3. modifier le code et relancer&lt;/div&gt;" vertex="1">
          <mxGeometry height="30" width="470" x="-360" y="720" as="geometry" />
        </mxCell>
        <mxCell id="QUzsFoNl6aFI_2ed8XXq-107" parent="1" style="text;html=1;whiteSpace=wrap;strokeColor=none;fillColor=none;align=center;verticalAlign=middle;rounded=0;" value="meme jira et relance plusier fois" vertex="1">
          <mxGeometry height="30" width="240" x="-330" y="780" as="geometry" />
        </mxCell>
        <mxCell id="QUzsFoNl6aFI_2ed8XXq-108" parent="1" style="text;html=1;whiteSpace=wrap;strokeColor=none;fillColor=none;align=center;verticalAlign=middle;rounded=0;" value="vider la table 6 moins" vertex="1">
          <mxGeometry height="30" width="170" x="-270" y="820" as="geometry" />
        </mxCell>
        <mxCell id="cKu8MT6L8Fp_BZaxLZj7-1" parent="1" style="shape=note;size=15;align=left;spacingLeft=10;html=1;whiteSpace=wrap;fillColor=#e1d5e7;strokeColor=#9673a6;" value="&lt;span style=&quot;background-color: rgb(185, 224, 165);&quot;&gt;Allow seulement le premier chargement du fichier.&lt;br&gt;(bloquer quand c&#39;est 2eme ou plus chargement)&lt;/span&gt;" vertex="1">
          <mxGeometry height="55" width="310" x="-675" y="-45" as="geometry" />
        </mxCell>
        <mxCell id="cKu8MT6L8Fp_BZaxLZj7-2" edge="1" parent="1" source="cKu8MT6L8Fp_BZaxLZj7-1" style="edgeStyle=none;endArrow=none;exitX=0.5;exitY=1;dashed=1;html=1;rounded=0;entryX=0.5;entryY=0;entryDx=0;entryDy=0;exitDx=0;exitDy=0;exitPerimeter=0;" target="QUzsFoNl6aFI_2ed8XXq-104" value="">
          <mxGeometry relative="1" x="1" as="geometry">
            <mxPoint x="590" y="300" as="sourcePoint" />
            <mxPoint x="680" y="507" as="targetPoint" />
          </mxGeometry>
        </mxCell>
        <mxCell id="cKu8MT6L8Fp_BZaxLZj7-3" parent="1" style="ellipse;shape=doubleEllipse;whiteSpace=wrap;html=1;dashed=1;" value="Demande JIRA 1" vertex="1">
          <mxGeometry height="60" width="120" x="-780" y="416.5" as="geometry" />
        </mxCell>
        <mxCell id="cKu8MT6L8Fp_BZaxLZj7-7" parent="1" style="text;html=1;whiteSpace=wrap;strokeColor=none;fillColor=none;align=center;verticalAlign=middle;rounded=0;fontColor=#0000FF;" value="&lt;font style=&quot;color: rgb(255, 0, 0);&quot;&gt;Run Tag = quelle version ?&lt;/font&gt;" vertex="1">
          <mxGeometry height="30" width="200" x="150" y="150" as="geometry" />
        </mxCell>
        <mxCell id="cKu8MT6L8Fp_BZaxLZj7-11" parent="1" style="shape=note;size=15;align=left;spacingLeft=10;html=1;whiteSpace=wrap;fillColor=#e1d5e7;strokeColor=#9673a6;" value="&lt;span style=&quot;background-color: rgb(185, 224, 165);&quot;&gt;Le nom doit etre renomé sous le format pour qu&#39;il soit capable d&#39;etre chargé:&lt;br&gt;{CD_PA}{FILE_TYPE}{SYS_APL}.MAJ_{NO_JIRA}&lt;/span&gt;&lt;div&gt;&lt;span style=&quot;background-color: rgb(185, 224, 165);&quot;&gt;par ex : FRTIER0A.MAJ_JIRA-1234&lt;/span&gt;&lt;/div&gt;" vertex="1">
          <mxGeometry height="75" width="430" x="-1350" y="107.5" as="geometry" />
        </mxCell>
        <mxCell id="cKu8MT6L8Fp_BZaxLZj7-14" parent="1" style="ellipse;shape=doubleEllipse;whiteSpace=wrap;html=1;dashed=1;" value="Demande JIRA 2" vertex="1">
          <mxGeometry height="60" width="120" x="-780" y="486.5" as="geometry" />
        </mxCell>
        <mxCell id="cKu8MT6L8Fp_BZaxLZj7-15" parent="1" style="ellipse;shape=doubleEllipse;whiteSpace=wrap;html=1;dashed=1;" value="Demande JIRA 3" vertex="1">
          <mxGeometry height="60" width="122" x="-781" y="556.5" as="geometry" />
        </mxCell>
        <mxCell id="cKu8MT6L8Fp_BZaxLZj7-19" parent="1" style="text;html=1;whiteSpace=wrap;strokeColor=none;fillColor=none;align=center;verticalAlign=middle;rounded=0;fontSize=23;fontStyle=1" value="." vertex="1">
          <mxGeometry height="30" width="60" x="-750" y="616.25" as="geometry" />
        </mxCell>
        <mxCell id="cKu8MT6L8Fp_BZaxLZj7-20" parent="1" style="text;html=1;whiteSpace=wrap;strokeColor=none;fillColor=none;align=center;verticalAlign=middle;rounded=0;fontSize=23;fontStyle=1" value="." vertex="1">
          <mxGeometry height="30" width="60" x="-750" y="630" as="geometry" />
        </mxCell>
        <mxCell id="cKu8MT6L8Fp_BZaxLZj7-21" parent="1" style="text;html=1;whiteSpace=wrap;strokeColor=none;fillColor=none;align=center;verticalAlign=middle;rounded=0;fontSize=23;fontStyle=1" value="." vertex="1">
          <mxGeometry height="30" width="60" x="-750" y="646.25" as="geometry" />
        </mxCell>
        <mxCell id="cKu8MT6L8Fp_BZaxLZj7-24" edge="1" parent="1" source="cKu8MT6L8Fp_BZaxLZj7-23" style="edgeStyle=orthogonalEdgeStyle;rounded=0;orthogonalLoop=1;jettySize=auto;html=1;" target="QUzsFoNl6aFI_2ed8XXq-13">
          <mxGeometry relative="1" as="geometry">
            <Array as="points">
              <mxPoint x="120" y="220" />
              <mxPoint x="120" y="220" />
            </Array>
          </mxGeometry>
        </mxCell>
        <mxCell id="cKu8MT6L8Fp_BZaxLZj7-23" parent="1" style="ellipse;shape=doubleEllipse;whiteSpace=wrap;html=1;" value="Demande JIRA 1&lt;div&gt;(recharge fichier)&lt;/div&gt;" vertex="1">
          <mxGeometry height="60" width="160" x="-850" y="190" as="geometry" />
        </mxCell>
        <mxCell id="cKu8MT6L8Fp_BZaxLZj7-25" edge="1" parent="1" source="cKu8MT6L8Fp_BZaxLZj7-11" style="edgeStyle=none;endArrow=none;exitX=0;exitY=0;dashed=1;html=1;rounded=0;exitDx=430;exitDy=45;exitPerimeter=0;" target="cKu8MT6L8Fp_BZaxLZj7-23" value="">
          <mxGeometry relative="1" x="1" as="geometry">
            <mxPoint x="-520" y="10" as="sourcePoint" />
            <mxPoint x="-490" y="150" as="targetPoint" />
          </mxGeometry>
        </mxCell>
        <mxCell id="cKu8MT6L8Fp_BZaxLZj7-26" edge="1" parent="1" source="cKu8MT6L8Fp_BZaxLZj7-11" style="edgeStyle=none;endArrow=none;exitX=0;exitY=0;dashed=1;html=1;rounded=0;exitDx=430;exitDy=45;exitPerimeter=0;entryX=0;entryY=0.5;entryDx=0;entryDy=0;" target="QUzsFoNl6aFI_2ed8XXq-34" value="">
          <mxGeometry relative="1" x="1" as="geometry">
            <mxPoint x="-900" y="200" as="sourcePoint" />
            <mxPoint x="-801" y="244" as="targetPoint" />
          </mxGeometry>
        </mxCell>
        <mxCell id="cKu8MT6L8Fp_BZaxLZj7-27" parent="1" style="text;html=1;whiteSpace=wrap;strokeColor=none;fillColor=none;align=center;verticalAlign=middle;rounded=0;fontSize=23;fontStyle=1" value="." vertex="1">
          <mxGeometry height="30" width="60" x="-800" y="305" as="geometry" />
        </mxCell>
        <mxCell id="cKu8MT6L8Fp_BZaxLZj7-28" parent="1" style="text;html=1;whiteSpace=wrap;strokeColor=none;fillColor=none;align=center;verticalAlign=middle;rounded=0;fontSize=23;fontStyle=1" value="." vertex="1">
          <mxGeometry height="30" width="60" x="-800" y="335" as="geometry" />
        </mxCell>
        <mxCell id="cKu8MT6L8Fp_BZaxLZj7-29" parent="1" style="text;html=1;whiteSpace=wrap;strokeColor=none;fillColor=none;align=center;verticalAlign=middle;rounded=0;fontSize=23;fontStyle=1" value="." vertex="1">
          <mxGeometry height="30" width="60" x="-800" y="318.5" as="geometry" />
        </mxCell>
      </root>
    </mxGraphModel>
  </diagram>
</mxfile>
